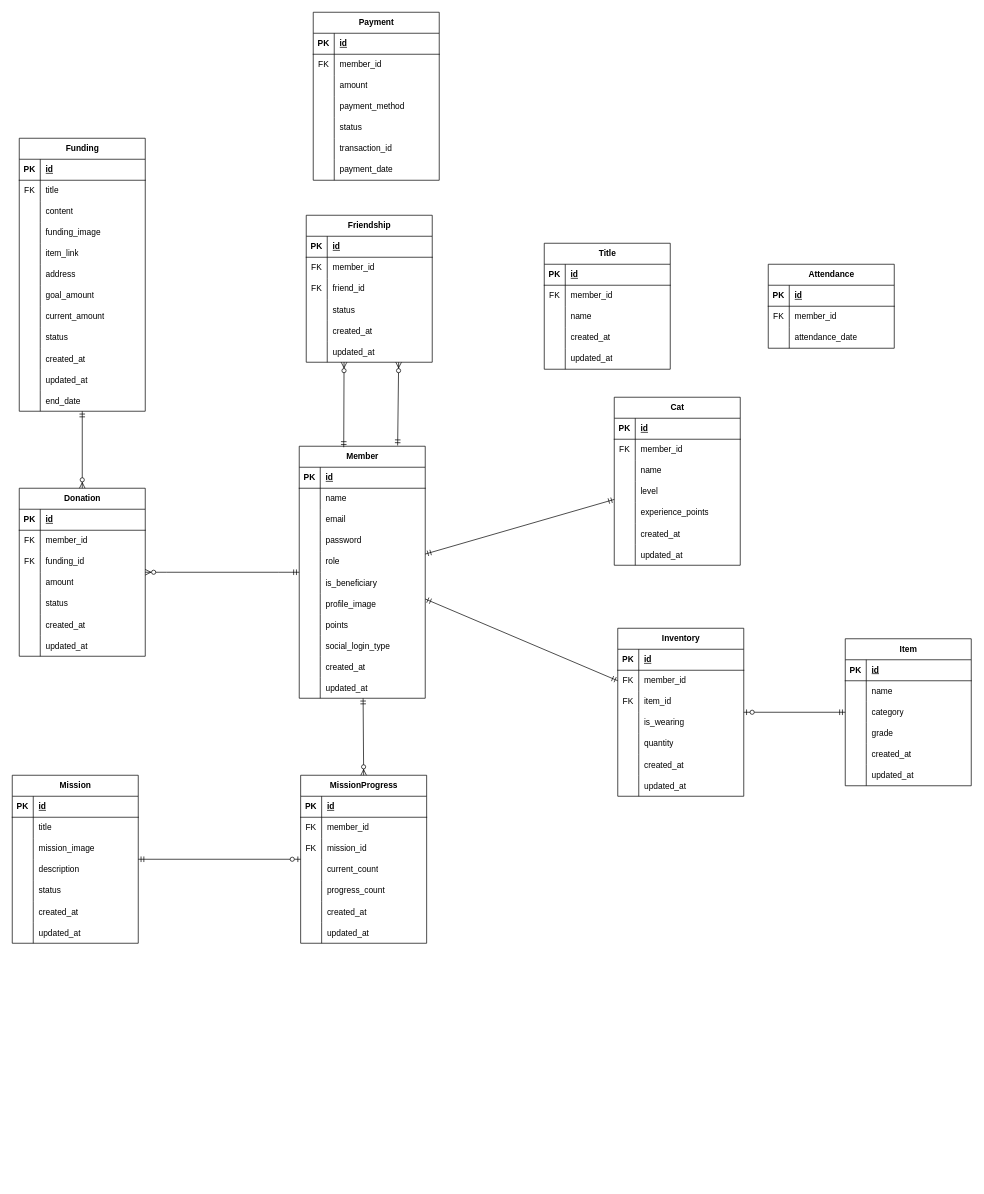
The draw.io diagram ChaeumERD.drawio in 2025-Advanced-Capstone-Chaeum/ERD, before the edit. Source tidied: cells renumbered, new cells numbered last; positions are measured from the earlier drawing's top-left corner, leaving out a move shared by most shapes. Both pictures are drawn from the tidied source at 70%, with x=0, y=0 at pixel (12, 12).
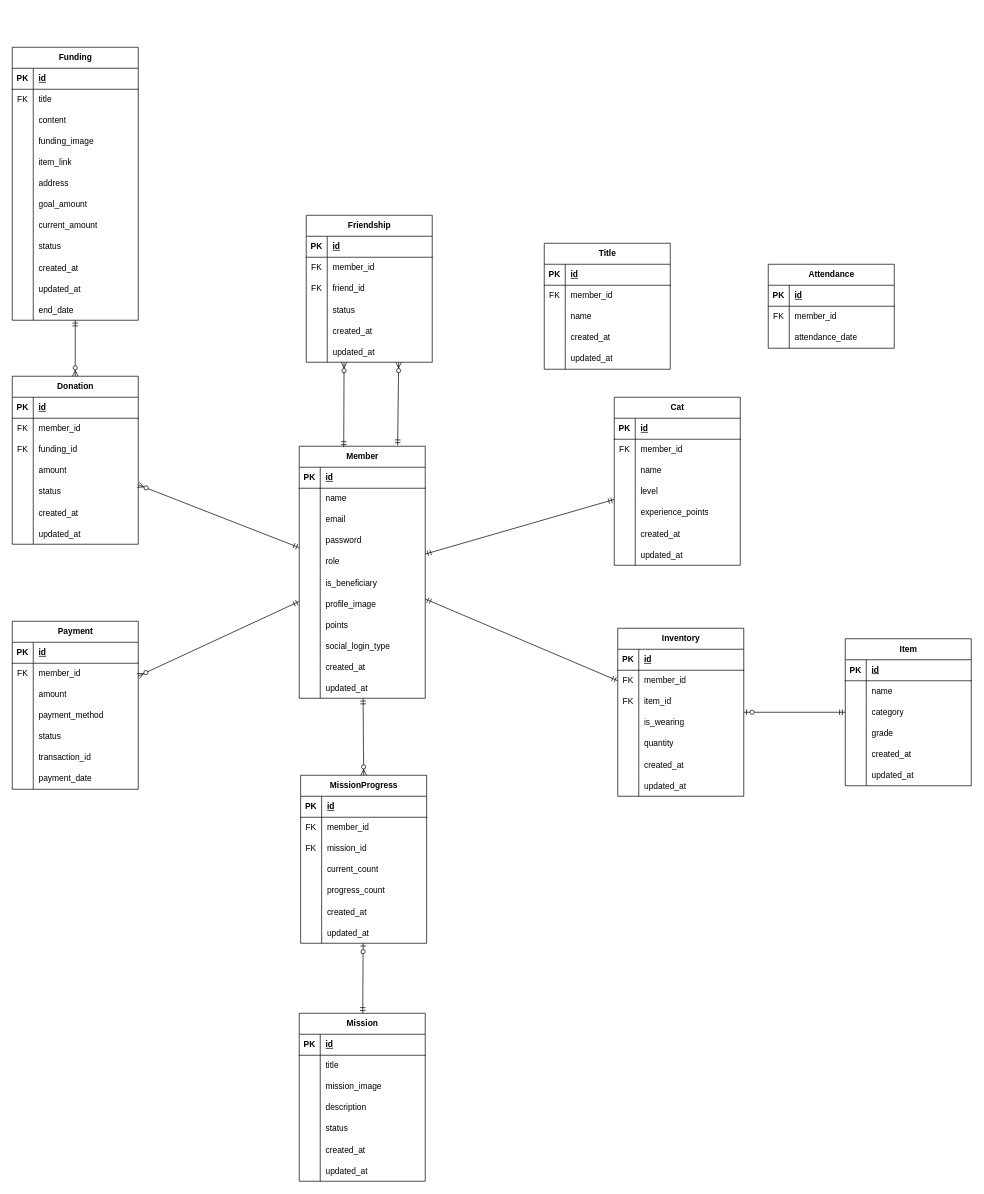
Above is the later version.

Commit message:
docs(ERD): Payment 테이블 연관관계 정리

Unchanged cells that the change refers to:
```xml
<mxCell id="2" value="Member" style="shape=table;startSize=30;childLayout=tableLayout;rowLines=0;fontStyle=1;align=center;html=1;" parent="1" vertex="1">
  <mxGeometry x="410" y="620" width="180" height="360" as="geometry" />
</mxCell>
```

The edit, as a diff of the source:
```diff
@@
     <mxCell id="37" value="Donation" style="shape=table;startSize=30;childLayout=tableLayout;rowLines=0;fontStyle=1;align=center;html=1;" parent="1" vertex="1">
-      <mxGeometry x="10" y="680" width="180" height="240" as="geometry" />
+      <mxGeometry y="520" width="180" height="240" as="geometry" />
     </mxCell>
@@
-    <mxCell id="78" style="edgeStyle=entityRelationEdgeStyle;fontSize=12;html=1;endArrow=ERzeroToMany;startArrow=ERmandOne;rounded=0;" parent="1" edge="1" source="2" target="37">
+    <mxCell id="78" style="fontSize=12;html=1;endArrow=ERzeroToMany;startArrow=ERmandOne;rounded=0;" parent="1" edge="1" source="2" target="37">
       <mxGeometry relative="1" as="geometry" />
     </mxCell>
@@
     <mxCell id="103" value="Mission" style="shape=table;startSize=30;childLayout=tableLayout;rowLines=0;fontStyle=1;align=center;html=1;" parent="1" vertex="1">
-      <mxGeometry y="1090" width="180" height="240" as="geometry" />
+      <mxGeometry x="410" y="1430" width="180" height="240" as="geometry" />
     </mxCell>
@@
     <mxCell id="198" value="Funding" style="shape=table;startSize=30;childLayout=tableLayout;rowLines=0;fontStyle=1;align=center;html=1;" parent="1" vertex="1">
-      <mxGeometry x="10" y="180" width="180" height="390" as="geometry" />
+      <mxGeometry y="50" width="180" height="390" as="geometry" />
     </mxCell>
@@
     <mxCell id="235" value="Payment" style="shape=table;startSize=30;childLayout=tableLayout;rowLines=0;fontStyle=1;align=center;html=1;" parent="1" vertex="1">
-      <mxGeometry x="430" width="180" height="240" as="geometry" />
+      <mxGeometry y="870" width="180" height="240" as="geometry" />
     </mxCell>
@@
+    <mxCell id="279" style="fontSize=12;html=1;endArrow=ERzeroToMany;startArrow=ERmandOne;rounded=0;" parent="1" edge="1" source="2" target="235">
+      <mxGeometry relative="1" as="geometry" />
+    </mxCell>
```
